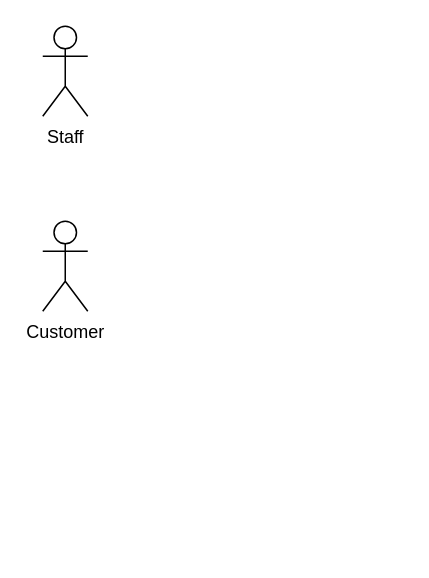
The draw.io diagram UseCase Diagram.drawio in tlfzgjadyd/SoftwareEngineering, before the edit. Source tidied: cells renumbered, new cells numbered last; positions are measured from the earlier drawing's top-left corner, leaving out a move shared by most shapes. Both pictures are drawn from the tidied source at 150%, with x=0, y=0 at pixel (42, 26).
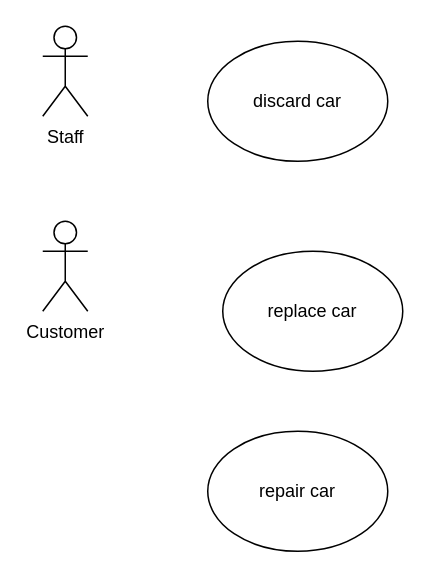
The same diagram, later.

Change to the diagram source:
```diff
@@
 <mxGraphModel>
   <root>
     <mxCell id="0" />
     <mxCell id="1" parent="0" />
     <mxCell id="2" value="Customer" style="shape=umlActor;verticalLabelPosition=bottom;verticalAlign=top;html=1;" parent="1" vertex="1">
       <mxGeometry y="130" width="30" height="60" as="geometry" />
     </mxCell>
     <mxCell id="3" value="Staff&lt;br&gt;" style="shape=umlActor;verticalLabelPosition=bottom;verticalAlign=top;html=1;" parent="1" vertex="1">
       <mxGeometry width="30" height="60" as="geometry" />
     </mxCell>
+    <mxCell id="4" value="replace car" style="ellipse;whiteSpace=wrap;html=1;" parent="1" vertex="1">
+      <mxGeometry x="120" y="150" width="120" height="80" as="geometry" />
+    </mxCell>
+    <mxCell id="5" value="repair car" style="ellipse;whiteSpace=wrap;html=1;" parent="1" vertex="1">
+      <mxGeometry x="110" y="270" width="120" height="80" as="geometry" />
+    </mxCell>
+    <mxCell id="6" value="discard car" style="ellipse;whiteSpace=wrap;html=1;" parent="1" vertex="1">
+      <mxGeometry x="110" y="10" width="120" height="80" as="geometry" />
+    </mxCell>
   </root>
 </mxGraphModel>
```
